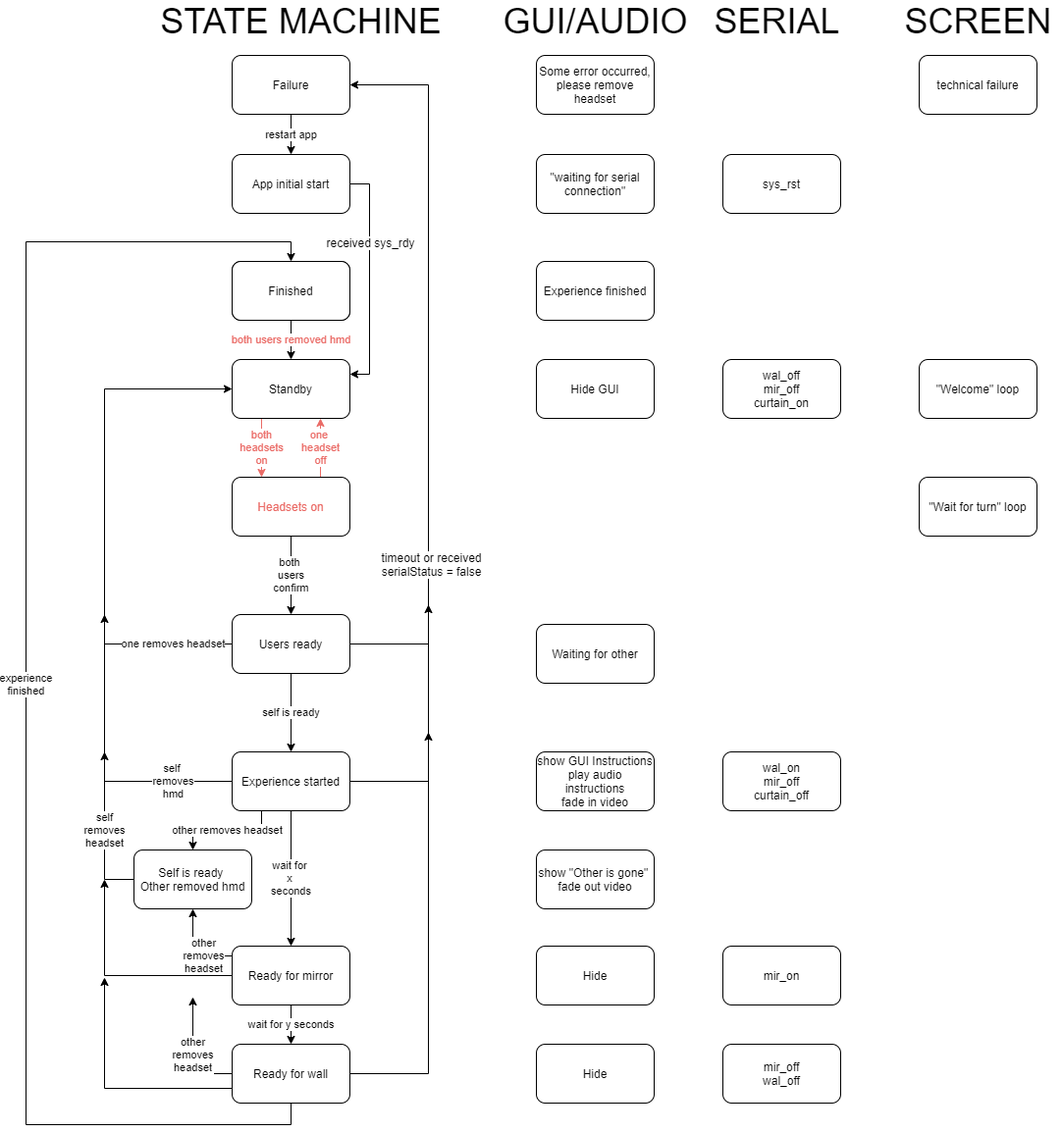
The draw.io diagram Docs/Technorama flow.png in BeAnotherLab/The-Machine-to-be-Another-Unity, before a commit. Source tidied: cells renumbered, new cells last; positions are measured from the earlier drawing's top-left corner, leaving out a move shared by most shapes.
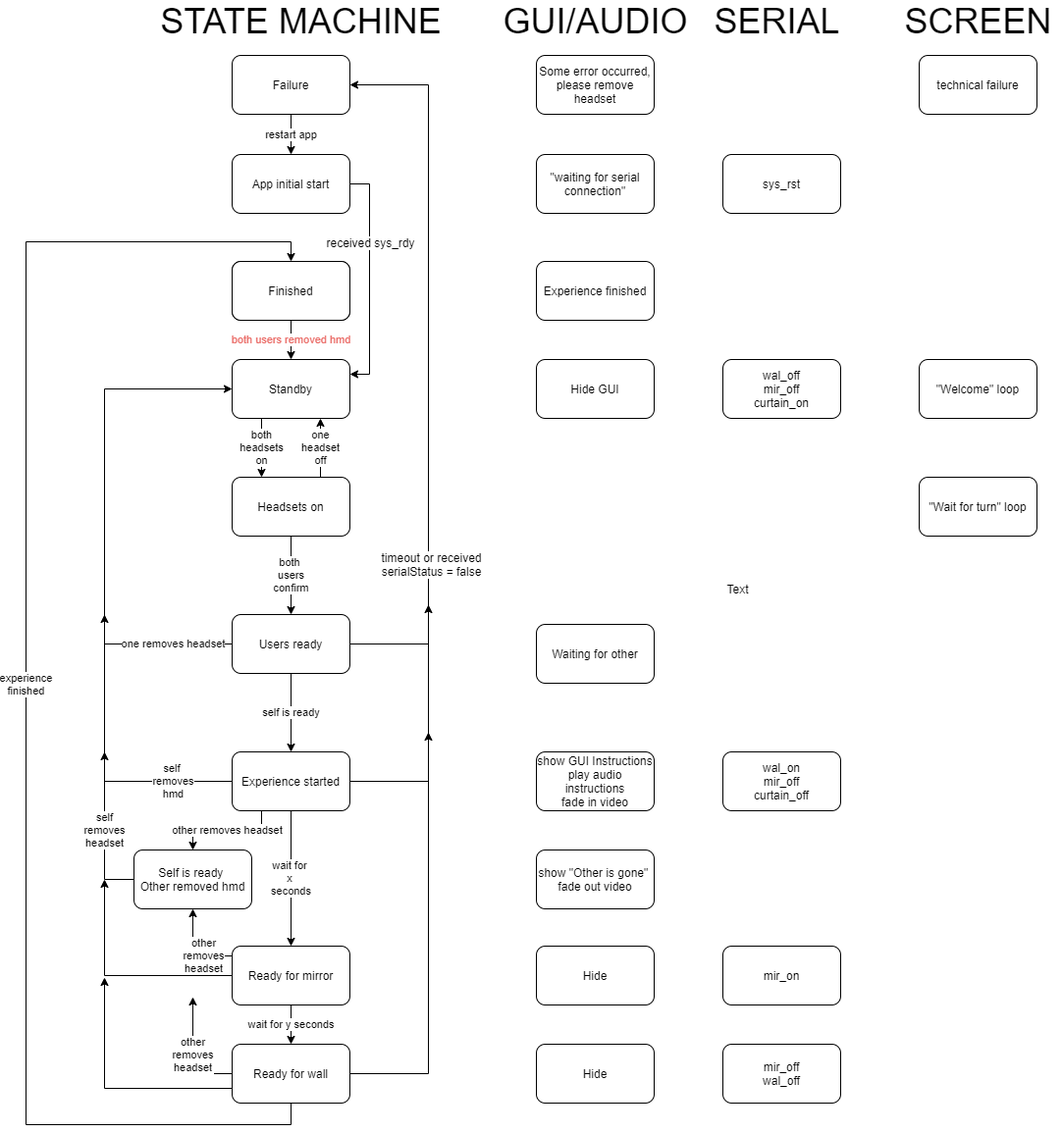
Above is the later version.

Change to the diagram source:
```diff
@@ -8,7 +8,7 @@
     <mxCell id="3" value="Finished" style="rounded=1;whiteSpace=wrap;html=1;" parent="1" vertex="1">
       <mxGeometry x="210" y="260" width="120" height="60" as="geometry" />
     </mxCell>
-    <mxCell id="4" value="&lt;font color=&quot;#ea6b66&quot;&gt;both&lt;br&gt;headsets&lt;br&gt;on&lt;/font&gt;" style="edgeStyle=orthogonalEdgeStyle;rounded=0;jettySize=auto;html=1;exitX=0.25;exitY=1;exitDx=0;exitDy=0;entryX=0.25;entryY=0;entryDx=0;entryDy=0;strokeColor=#EA6B66;" parent="1" edge="1" source="5" target="56">
+    <mxCell id="4" value="both&lt;br&gt;headsets&lt;br&gt;on" style="edgeStyle=orthogonalEdgeStyle;rounded=0;jettySize=auto;html=1;exitX=0.25;exitY=1;exitDx=0;exitDy=0;entryX=0.25;entryY=0;entryDx=0;entryDy=0;strokeColor=#000000;" parent="1" edge="1" source="5" target="56">
       <mxGeometry relative="1" as="geometry" />
     </mxCell>
     <mxCell id="5" value="Standby" style="rounded=1;whiteSpace=wrap;html=1;" parent="1" vertex="1">
@@ -208,14 +208,17 @@
     <mxCell id="53" value="technical failure" style="rounded=1;whiteSpace=wrap;html=1;" parent="1" vertex="1">
       <mxGeometry x="910" y="50" width="120" height="60" as="geometry" />
     </mxCell>
-    <mxCell id="54" value="&lt;font color=&quot;#ea6b66&quot;&gt;one &lt;br&gt;headset&lt;br&gt;off&lt;/font&gt;" style="edgeStyle=orthogonalEdgeStyle;rounded=0;jettySize=auto;html=1;exitX=0.75;exitY=0;exitDx=0;exitDy=0;entryX=0.75;entryY=1;entryDx=0;entryDy=0;strokeColor=#EA6B66;" parent="1" edge="1" source="56" target="5">
+    <mxCell id="54" value="one&lt;br&gt;headset&lt;br&gt;off" style="edgeStyle=orthogonalEdgeStyle;rounded=0;jettySize=auto;html=1;exitX=0.75;exitY=0;exitDx=0;exitDy=0;entryX=0.75;entryY=1;entryDx=0;entryDy=0;strokeColor=#000000;" parent="1" edge="1" source="56" target="5">
       <mxGeometry relative="1" as="geometry" />
     </mxCell>
     <mxCell id="55" value="both&amp;nbsp;&lt;br&gt;users&lt;br&gt;confirm" style="edgeStyle=orthogonalEdgeStyle;rounded=0;jettySize=auto;html=1;" parent="1" edge="1" source="56" target="23">
       <mxGeometry relative="1" as="geometry" />
     </mxCell>
-    <mxCell id="56" value="&lt;font color=&quot;#ea6b66&quot;&gt;Headsets on&lt;/font&gt;" style="rounded=1;whiteSpace=wrap;html=1;" parent="1" vertex="1">
+    <mxCell id="56" value="Headsets on" style="rounded=1;whiteSpace=wrap;html=1;" parent="1" vertex="1">
       <mxGeometry x="210" y="480" width="120" height="60" as="geometry" />
     </mxCell>
+    <mxCell id="57" value="Text" style="text;html=1;align=center;verticalAlign=middle;" parent="1" vertex="1">
+      <mxGeometry x="705" y="584" width="40" height="20" as="geometry" />
+    </mxCell>
   </root>
 </mxGraphModel>
```
